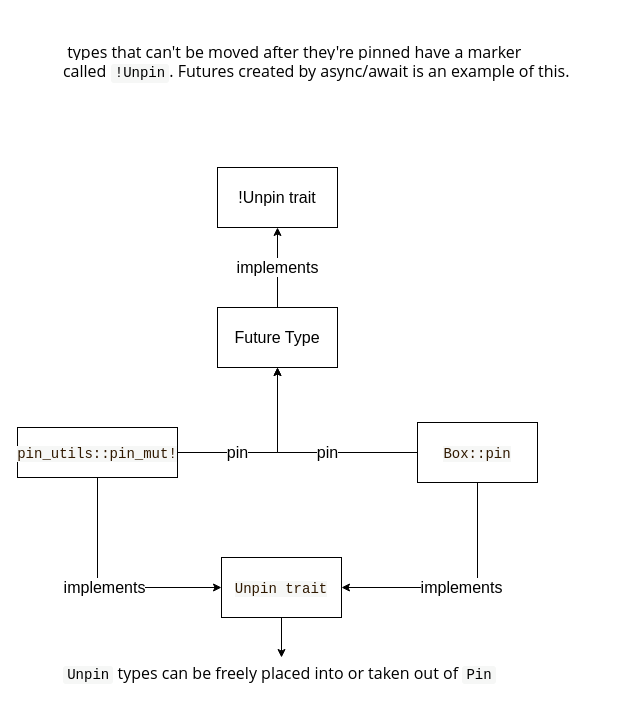
Before: page "Future" (8 of 8) of advanced.drawio in gftea/rust_lang_notes, a draw.io diagram. Source tidied: cells renumbered, new cells numbered last; positions are measured from the earlier drawing's top-left corner, leaving out a move shared by most shapes. Both pictures are drawn from the tidied source at 100%, with x=0, y=0 at pixel (17, 17).
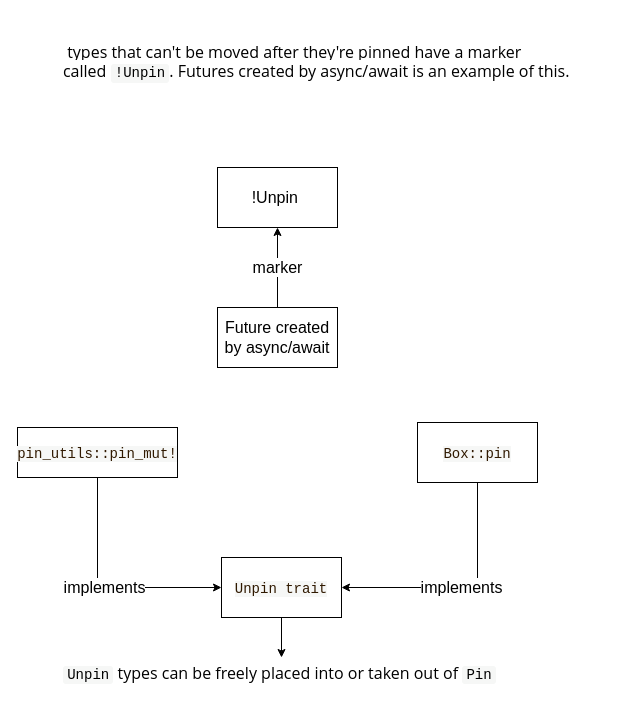
After the change.

What changed in the source:
```diff
@@
 <mxGraphModel>
   <root>
     <mxCell id="0" />
     <mxCell id="1" parent="0" />
-    <mxCell id="2" value="&lt;font style=&quot;font-size: 16px;&quot;&gt;implements&lt;/font&gt;" style="edgeStyle=orthogonalEdgeStyle;rounded=0;jettySize=auto;html=1;" parent="1" edge="1" source="3" target="4">
+    <mxCell id="2" value="&lt;font style=&quot;font-size: 16px;&quot;&gt;marker&lt;/font&gt;" style="edgeStyle=orthogonalEdgeStyle;rounded=0;jettySize=auto;html=1;" parent="1" edge="1" source="3" target="4">
       <mxGeometry relative="1" as="geometry" />
     </mxCell>
-    <mxCell id="3" value="&lt;font style=&quot;font-size: 16px;&quot;&gt;Future Type&lt;/font&gt;" style="rounded=0;whiteSpace=wrap;html=1;" parent="1" vertex="1">
+    <mxCell id="3" value="&lt;font style=&quot;font-size: 16px;&quot;&gt;Future created by async/await&lt;/font&gt;" style="rounded=0;whiteSpace=wrap;html=1;" parent="1" vertex="1">
       <mxGeometry x="200" y="290" width="120" height="60" as="geometry" />
     </mxCell>
-    <mxCell id="4" value="&lt;font style=&quot;font-size: 16px;&quot;&gt;!Unpin trait&lt;/font&gt;" style="rounded=0;whiteSpace=wrap;html=1;" parent="1" vertex="1">
+    <mxCell id="4" value="&lt;font style=&quot;font-size: 16px;&quot;&gt;!Unpin&amp;nbsp;&lt;/font&gt;" style="rounded=0;whiteSpace=wrap;html=1;" parent="1" vertex="1">
       <mxGeometry x="200" y="150" width="120" height="60" as="geometry" />
     </mxCell>
-    <mxCell id="5" value="pin" style="edgeStyle=orthogonalEdgeStyle;rounded=0;jettySize=auto;html=1;fontSize=16;entryX=0.5;entryY=1;entryDx=0;entryDy=0;" parent="1" edge="1" source="7" target="3">
-      <mxGeometry x="-0.2" relative="1" as="geometry" />
-    </mxCell>
     <mxCell id="6" value="implements" style="edgeStyle=orthogonalEdgeStyle;rounded=0;jettySize=auto;html=1;fontSize=16;entryX=1;entryY=0.5;entryDx=0;entryDy=0;exitX=0.5;exitY=1;exitDx=0;exitDy=0;" parent="1" edge="1" source="7" target="12">
       <mxGeometry relative="1" as="geometry" />
     </mxCell>
     <mxCell id="7" value="&lt;span style=&quot;color: rgb(48, 25, 0); font-family: &amp;quot;Source Code Pro&amp;quot;, Consolas, &amp;quot;Ubuntu Mono&amp;quot;, Menlo, &amp;quot;DejaVu Sans Mono&amp;quot;, monospace, monospace; font-size: 14px; text-align: start; background-color: rgb(246, 247, 246);&quot;&gt;Box::pin&lt;/span&gt;" style="rounded=0;whiteSpace=wrap;html=1;fontSize=16;" parent="1" vertex="1">
       <mxGeometry x="400" y="405" width="120" height="60" as="geometry" />
     </mxCell>
-    <mxCell id="8" value="pin" style="edgeStyle=orthogonalEdgeStyle;rounded=0;jettySize=auto;html=1;entryX=0.5;entryY=1;entryDx=0;entryDy=0;fontSize=16;" parent="1" edge="1" source="10" target="3">
-      <mxGeometry x="-0.35" relative="1" as="geometry" />
-    </mxCell>
     <mxCell id="9" value="implements" style="edgeStyle=orthogonalEdgeStyle;rounded=0;jettySize=auto;html=1;entryX=0;entryY=0.5;entryDx=0;entryDy=0;fontSize=16;exitX=0.5;exitY=1;exitDx=0;exitDy=0;" parent="1" edge="1" source="10" target="12">
       <mxGeometry relative="1" as="geometry" />
     </mxCell>
     <mxCell id="10" value="&lt;span style=&quot;color: rgb(48, 25, 0); font-family: &amp;quot;Source Code Pro&amp;quot;, Consolas, &amp;quot;Ubuntu Mono&amp;quot;, Menlo, &amp;quot;DejaVu Sans Mono&amp;quot;, monospace, monospace; font-size: 14px; text-align: start; background-color: rgb(246, 247, 246);&quot;&gt;pin_utils::pin_mut!&lt;/span&gt;" style="rounded=0;whiteSpace=wrap;html=1;fontSize=16;" parent="1" vertex="1">
       <mxGeometry y="410" width="160" height="50" as="geometry" />
     </mxCell>
     <mxCell id="11" style="edgeStyle=orthogonalEdgeStyle;rounded=0;jettySize=auto;html=1;fontSize=16;" parent="1" edge="1" source="12" target="13">
       <mxGeometry relative="1" as="geometry" />
     </mxCell>
     <mxCell id="12" value="&lt;span style=&quot;color: rgb(48, 25, 0); font-family: &amp;quot;Source Code Pro&amp;quot;, Consolas, &amp;quot;Ubuntu Mono&amp;quot;, Menlo, &amp;quot;DejaVu Sans Mono&amp;quot;, monospace, monospace; font-size: 14px; text-align: start; background-color: rgb(246, 247, 246);&quot;&gt;Unpin trait&lt;/span&gt;" style="rounded=0;whiteSpace=wrap;html=1;fontSize=16;" parent="1" vertex="1">
       <mxGeometry x="204" y="540" width="120" height="60" as="geometry" />
     </mxCell>
     <mxCell id="13" value="&lt;code style=&quot;font-size: 0.875em; display: inline; overflow-x: initial; background: rgb(246, 247, 246); color: var(--inline-code-color); padding: 0.1em 0.3em; border-radius: 3px; font-style: normal; font-variant-ligatures: normal; font-variant-caps: normal; font-weight: 400; letter-spacing: normal; orphans: 2; text-align: start; text-indent: 0px; text-transform: none; widows: 2; word-spacing: 0px; -webkit-text-stroke-width: 0px; text-decoration-thickness: initial; text-decoration-style: initial; text-decoration-color: initial; font-family: &amp;quot;Source Code Pro&amp;quot;, Consolas, &amp;quot;Ubuntu Mono&amp;quot;, Menlo, &amp;quot;DejaVu Sans Mono&amp;quot;, monospace, monospace !important;&quot; class=&quot;hljs&quot;&gt;Unpin&lt;/code&gt;&lt;span style=&quot;color: rgb(0, 0, 0); font-family: &amp;quot;Open Sans&amp;quot;, sans-serif; font-size: 16px; font-style: normal; font-variant-ligatures: normal; font-variant-caps: normal; font-weight: 400; letter-spacing: normal; orphans: 2; text-align: start; text-indent: 0px; text-transform: none; widows: 2; word-spacing: 0px; -webkit-text-stroke-width: 0px; background-color: rgb(255, 255, 255); text-decoration-thickness: initial; text-decoration-style: initial; text-decoration-color: initial; float: none; display: inline !important;&quot;&gt;&lt;span&gt;&amp;nbsp;&lt;/span&gt;types can be freely placed into or taken out of&lt;span&gt;&amp;nbsp;&lt;/span&gt;&lt;/span&gt;&lt;code style=&quot;font-size: 0.875em; display: inline; overflow-x: initial; background: rgb(246, 247, 246); color: var(--inline-code-color); padding: 0.1em 0.3em; border-radius: 3px; font-style: normal; font-variant-ligatures: normal; font-variant-caps: normal; font-weight: 400; letter-spacing: normal; orphans: 2; text-align: start; text-indent: 0px; text-transform: none; widows: 2; word-spacing: 0px; -webkit-text-stroke-width: 0px; text-decoration-thickness: initial; text-decoration-style: initial; text-decoration-color: initial; font-family: &amp;quot;Source Code Pro&amp;quot;, Consolas, &amp;quot;Ubuntu Mono&amp;quot;, Menlo, &amp;quot;DejaVu Sans Mono&amp;quot;, monospace, monospace !important;&quot; class=&quot;hljs&quot;&gt;Pin&lt;/code&gt;" style="text;whiteSpace=wrap;html=1;fontSize=16;" parent="1" vertex="1">
       <mxGeometry x="44" y="640" width="440" height="40" as="geometry" />
     </mxCell>
     <mxCell id="14" value="&#10;&lt;span style=&quot;color: rgb(0, 0, 0); font-family: &amp;quot;Open Sans&amp;quot;, sans-serif; font-size: 16px; font-style: normal; font-variant-ligatures: normal; font-variant-caps: normal; font-weight: 400; letter-spacing: normal; orphans: 2; text-align: start; text-indent: 0px; text-transform: none; widows: 2; word-spacing: 0px; -webkit-text-stroke-width: 0px; background-color: rgb(255, 255, 255); text-decoration-thickness: initial; text-decoration-style: initial; text-decoration-color: initial; float: none; display: inline !important;&quot;&gt;&lt;span&gt;&amp;nbsp;&lt;/span&gt;types that can't be moved after they're pinned have a marker called&lt;span&gt;&amp;nbsp;&lt;/span&gt;&lt;/span&gt;&lt;code style=&quot;font-size: 0.875em; display: inline; overflow-x: initial; background: rgb(246, 247, 246); color: var(--inline-code-color); padding: 0.1em 0.3em; border-radius: 3px; font-style: normal; font-variant-ligatures: normal; font-variant-caps: normal; font-weight: 400; letter-spacing: normal; orphans: 2; text-align: start; text-indent: 0px; text-transform: none; widows: 2; word-spacing: 0px; -webkit-text-stroke-width: 0px; text-decoration-thickness: initial; text-decoration-style: initial; text-decoration-color: initial; font-family: &amp;quot;Source Code Pro&amp;quot;, Consolas, &amp;quot;Ubuntu Mono&amp;quot;, Menlo, &amp;quot;DejaVu Sans Mono&amp;quot;, monospace, monospace !important;&quot; class=&quot;hljs&quot;&gt;!Unpin&lt;/code&gt;&lt;span style=&quot;color: rgb(0, 0, 0); font-family: &amp;quot;Open Sans&amp;quot;, sans-serif; font-size: 16px; font-style: normal; font-variant-ligatures: normal; font-variant-caps: normal; font-weight: 400; letter-spacing: normal; orphans: 2; text-align: start; text-indent: 0px; text-transform: none; widows: 2; word-spacing: 0px; -webkit-text-stroke-width: 0px; background-color: rgb(255, 255, 255); text-decoration-thickness: initial; text-decoration-style: initial; text-decoration-color: initial; float: none; display: inline !important;&quot;&gt;. Futures created by async/await is an example of this.&lt;/span&gt;&#10;&#10;" style="text;whiteSpace=wrap;html=1;fontSize=16;" parent="1" vertex="1">
       <mxGeometry x="44" width="550" height="50" as="geometry" />
     </mxCell>
   </root>
 </mxGraphModel>
```
